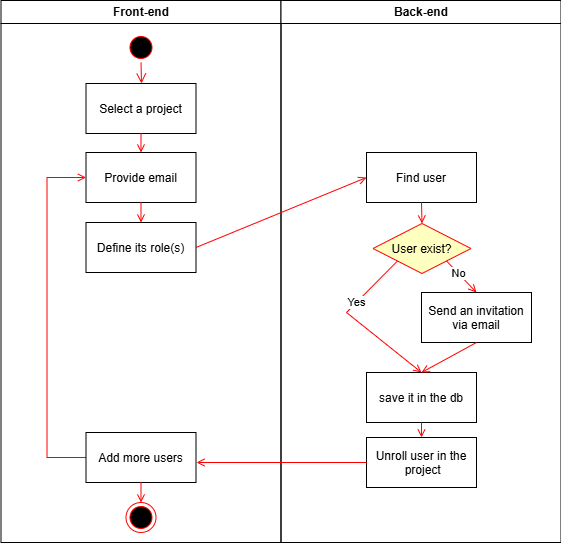
The draw.io diagram requirements/addingusers.drawio.png in delphvr/TFE, before a commit. Source tidied: cells renumbered, new cells last; positions are measured from the earlier drawing's top-left corner, leaving out a move shared by most shapes.
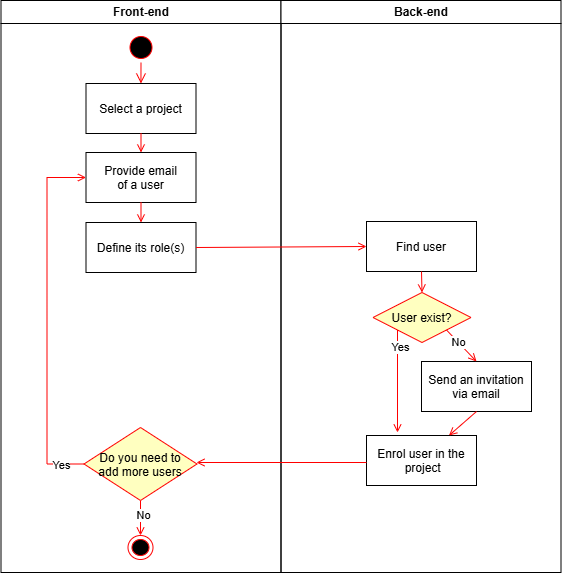
Above is the later version.

Commit message:
correction activity diagram

What changed in the source:
```diff
@@ -3,7 +3,7 @@
     <mxCell id="0" />
     <mxCell id="1" parent="0" />
     <mxCell id="2" value="Front-end" style="swimlane;whiteSpace=wrap;" parent="1" vertex="1">
-      <mxGeometry x="0.5" width="280" height="542" as="geometry" />
+      <mxGeometry x="0.5" width="280" height="572" as="geometry" />
     </mxCell>
     <mxCell id="3" style="ellipse;shape=startState;fillColor=#000000;strokeColor=#ff0000;" parent="2" vertex="1">
       <mxGeometry x="125" y="32" width="30" height="30" as="geometry" />
@@ -11,19 +11,22 @@
     <mxCell id="4" style="edgeStyle=elbowEdgeStyle;elbow=horizontal;verticalAlign=bottom;endArrow=open;endSize=8;strokeColor=#FF0000;endFill=1;rounded=0;exitX=0.5;exitY=1;exitDx=0;exitDy=0;entryX=0.5;entryY=0;entryDx=0;entryDy=0;" parent="2" edge="1" source="3" target="8">
       <mxGeometry x="100" y="40" as="geometry" />
     </mxCell>
-    <mxCell id="5" value="Provide email" parent="2" vertex="1">
+    <mxCell id="5" value="Provide email&#10;of a user" parent="2" vertex="1">
       <mxGeometry x="85" y="152" width="110" height="50" as="geometry" />
     </mxCell>
     <mxCell id="6" style="endArrow=open;strokeColor=#FF0000;endFill=1;rounded=0;entryX=0.5;entryY=0;entryDx=0;entryDy=0;exitX=0.5;exitY=1;exitDx=0;exitDy=0;" parent="2" edge="1" source="5" target="10">
       <mxGeometry relative="1" as="geometry" />
     </mxCell>
-    <mxCell id="7" style="edgeStyle=elbowEdgeStyle;elbow=horizontal;strokeColor=#FF0000;endArrow=open;endFill=1;rounded=0;exitX=0;exitY=0.5;exitDx=0;exitDy=0;entryX=0;entryY=0.5;entryDx=0;entryDy=0;" parent="2" edge="1" source="11" target="5">
+    <mxCell id="7" style="edgeStyle=elbowEdgeStyle;elbow=horizontal;strokeColor=#FF0000;endArrow=open;endFill=1;rounded=0;exitX=0;exitY=0.5;exitDx=0;exitDy=0;entryX=0;entryY=0.5;entryDx=0;entryDy=0;" parent="2" edge="1" source="31" target="5">
       <mxGeometry relative="1" as="geometry">
         <Array as="points">
           <mxPoint x="46" y="322" />
         </Array>
       </mxGeometry>
     </mxCell>
+    <mxCell id="29" value="Yes" style="edgeLabel;html=1;align=center;verticalAlign=middle;" parent="7" vertex="1">
+      <mxGeometry x="-0.87" y="1" relative="1" as="geometry" />
+    </mxCell>
     <mxCell id="8" value="Select a project" parent="2" vertex="1">
       <mxGeometry x="85" y="83" width="110" height="50" as="geometry" />
     </mxCell>
@@ -33,34 +36,32 @@
     <mxCell id="10" value="Define its role(s)" parent="2" vertex="1">
       <mxGeometry x="85" y="222" width="110" height="50" as="geometry" />
     </mxCell>
-    <mxCell id="11" value="Add more users" parent="2" vertex="1">
-      <mxGeometry x="85" y="432" width="110" height="50" as="geometry" />
-    </mxCell>
-    <mxCell id="12" style="endArrow=open;strokeColor=#FF0000;endFill=1;rounded=0;entryX=0.5;entryY=0;entryDx=0;entryDy=0;exitX=0.5;exitY=1;exitDx=0;exitDy=0;" parent="2" edge="1" target="13">
-      <mxGeometry relative="1" as="geometry">
-        <mxPoint x="140" y="482" as="sourcePoint" />
-      </mxGeometry>
+    <mxCell id="12" style="endArrow=open;strokeColor=#FF0000;endFill=1;rounded=0;entryX=0.5;entryY=0;entryDx=0;entryDy=0;exitX=0.5;exitY=1;exitDx=0;exitDy=0;" parent="2" edge="1" source="31" target="13">
+      <mxGeometry relative="1" as="geometry" />
     </mxCell>
+    <mxCell id="30" value="No" style="edgeLabel;html=1;align=center;verticalAlign=middle;" parent="12" vertex="1">
+      <mxGeometry x="-0.2" y="2" relative="1" as="geometry" />
+    </mxCell>
     <mxCell id="13" style="ellipse;html=1;shape=endState;fillColor=#000000;strokeColor=#ff0000;" parent="2" vertex="1">
-      <mxGeometry x="125" y="502" width="30" height="30" as="geometry" />
+      <mxGeometry x="127" y="535" width="25" height="24" as="geometry" />
     </mxCell>
+    <mxCell id="31" value="Do you need to &#10;add more users" style="rhombus;fillColor=#ffffc0;strokeColor=#ff0000;" parent="2" vertex="1">
+      <mxGeometry x="83" y="427" width="113" height="73" as="geometry" />
+    </mxCell>
     <mxCell id="14" value="Back-end" style="swimlane;whiteSpace=wrap;" parent="1" vertex="1">
-      <mxGeometry x="280.5" width="280" height="542" as="geometry" />
+      <mxGeometry x="280.5" width="280" height="572" as="geometry" />
     </mxCell>
     <mxCell id="15" value="Find user" parent="14" vertex="1">
-      <mxGeometry x="85.5" y="152" width="110" height="50" as="geometry" />
+      <mxGeometry x="85.5" y="221" width="110" height="50" as="geometry" />
     </mxCell>
-    <mxCell id="16" value="save it in the db" parent="14" vertex="1">
-      <mxGeometry x="85.5" y="372" width="110" height="50" as="geometry" />
-    </mxCell>
-    <mxCell id="17" value="Unroll user in the&#10; project" parent="14" vertex="1">
-      <mxGeometry x="85.5" y="437" width="110" height="50" as="geometry" />
+    <mxCell id="17" value="Enrol user in the&#10; project" parent="14" vertex="1">
+      <mxGeometry x="85.5" y="435" width="110" height="50" as="geometry" />
     </mxCell>
     <mxCell id="18" value="User exist?" style="rhombus;fillColor=#ffffc0;strokeColor=#ff0000;" parent="14" vertex="1">
-      <mxGeometry x="92" y="223" width="98" height="50" as="geometry" />
+      <mxGeometry x="92" y="292" width="98" height="50" as="geometry" />
     </mxCell>
     <mxCell id="19" value="Send an invitation&#10;via email" parent="14" vertex="1">
-      <mxGeometry x="140.5" y="292" width="110" height="50" as="geometry" />
+      <mxGeometry x="140.5" y="361" width="110" height="50" as="geometry" />
     </mxCell>
     <mxCell id="20" style="endArrow=open;strokeColor=#FF0000;endFill=1;rounded=0;entryX=0.5;entryY=0;entryDx=0;entryDy=0;exitX=1;exitY=1;exitDx=0;exitDy=0;" parent="14" edge="1" source="18" target="19">
       <mxGeometry relative="1" as="geometry" />
@@ -71,17 +72,7 @@
     <mxCell id="22" style="endArrow=open;strokeColor=#FF0000;endFill=1;rounded=0;entryX=0.5;entryY=0;entryDx=0;entryDy=0;exitX=0.5;exitY=1;exitDx=0;exitDy=0;" parent="14" edge="1" source="15" target="18">
       <mxGeometry relative="1" as="geometry" />
     </mxCell>
-    <mxCell id="23" style="endArrow=open;strokeColor=#FF0000;endFill=1;rounded=0;exitX=0;exitY=1;exitDx=0;exitDy=0;entryX=0.5;entryY=0;entryDx=0;entryDy=0;" parent="14" edge="1" source="18" target="16">
-      <mxGeometry relative="1" as="geometry">
-        <Array as="points">
-          <mxPoint x="65.5" y="312" />
-        </Array>
-      </mxGeometry>
-    </mxCell>
-    <mxCell id="24" value="Yes" style="edgeLabel;html=1;align=center;verticalAlign=middle;" parent="23" vertex="1">
-      <mxGeometry x="-0.31" y="-1" relative="1" as="geometry" />
-    </mxCell>
-    <mxCell id="25" style="endArrow=open;strokeColor=#FF0000;endFill=1;rounded=0;entryX=0.5;entryY=0;entryDx=0;entryDy=0;exitX=0.5;exitY=1;exitDx=0;exitDy=0;" parent="14" edge="1" source="19" target="16">
+    <mxCell id="25" style="endArrow=open;strokeColor=#FF0000;endFill=1;rounded=0;entryX=0.75;entryY=0;entryDx=0;entryDy=0;exitX=0.5;exitY=1;exitDx=0;exitDy=0;" parent="14" edge="1" source="19" target="17">
       <mxGeometry relative="1" as="geometry" />
     </mxCell>
     <mxCell id="26" style="endArrow=open;strokeColor=#FF0000;endFill=1;rounded=0;exitX=0;exitY=0.5;exitDx=0;exitDy=0;" parent="14" edge="1">
@@ -90,9 +81,14 @@
         <mxPoint x="-84.5" y="462" as="targetPoint" />
       </mxGeometry>
     </mxCell>
-    <mxCell id="27" style="endArrow=open;strokeColor=#FF0000;endFill=1;rounded=0;entryX=0.5;entryY=0;entryDx=0;entryDy=0;exitX=0.5;exitY=1;exitDx=0;exitDy=0;" parent="14" edge="1" source="16" target="17">
-      <mxGeometry relative="1" as="geometry" />
-    </mxCell>
+    <mxCell id="32" style="endArrow=open;strokeColor=#FF0000;endFill=1;rounded=0;exitX=0;exitY=1;exitDx=0;exitDy=0;" parent="14" edge="1" source="18">
+      <mxGeometry relative="1" as="geometry">
+        <mxPoint x="116.5" y="432" as="targetPoint" />
+      </mxGeometry>
+    </mxCell>
+    <mxCell id="33" value="Yes" style="edgeLabel;html=1;align=center;verticalAlign=middle;" parent="32" vertex="1">
+      <mxGeometry x="-0.67" y="2" relative="1" as="geometry" />
+    </mxCell>
     <mxCell id="28" style="endArrow=open;strokeColor=#FF0000;endFill=1;rounded=0;entryX=0;entryY=0.5;entryDx=0;entryDy=0;exitX=1;exitY=0.5;exitDx=0;exitDy=0;" parent="1" edge="1" source="10" target="15">
       <mxGeometry relative="1" as="geometry" />
     </mxCell>
```
